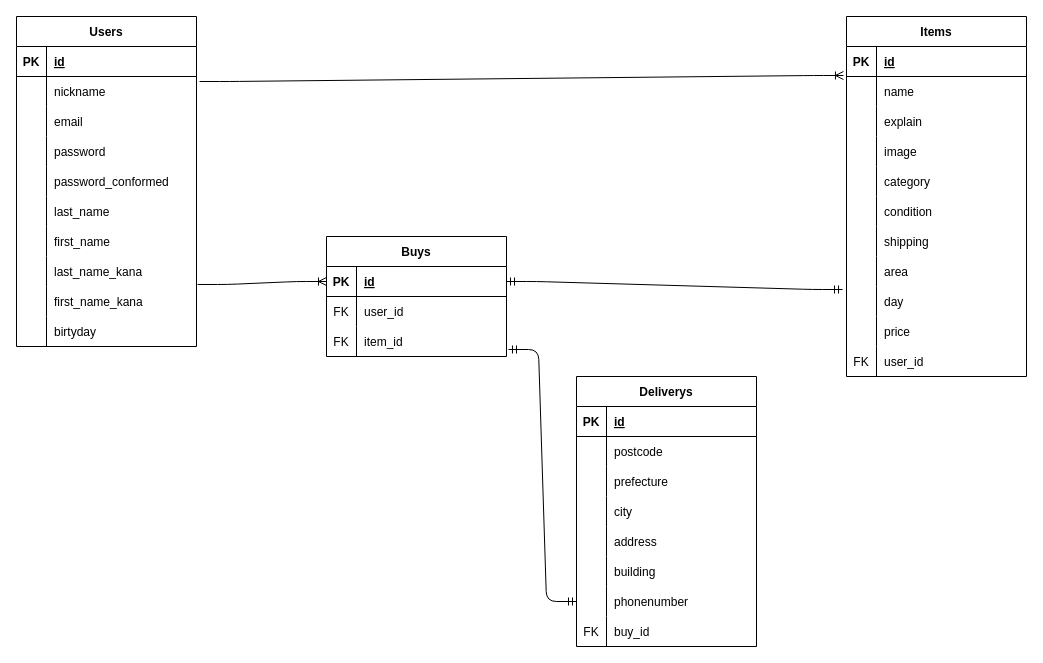
Above: database.dio in tdoaftl/furima-41905 (draw.io), before the change. Source tidied: cells renumbered, new cells numbered last; positions are measured from the earlier drawing's top-left corner, leaving out a move shared by most shapes. Both pictures are drawn from the tidied source at 100%, with x=0, y=0 at pixel (16, 16).
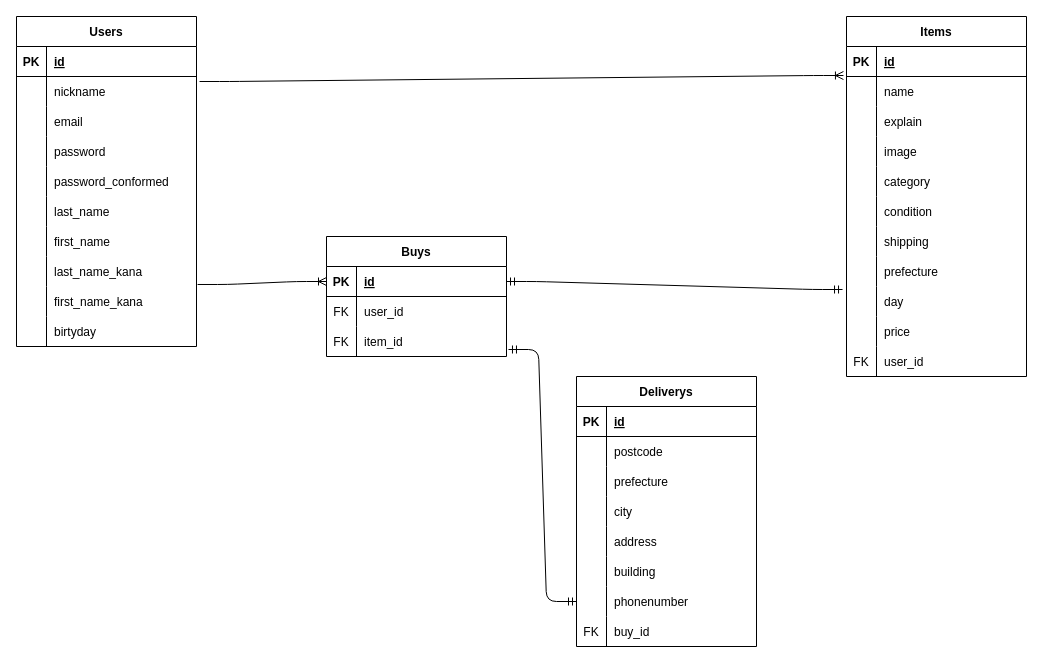
After the change.

Unchanged cells that the change refers to:
```xml
<mxCell id="80" style="shape=tableRow;horizontal=0;startSize=0;swimlaneHead=0;swimlaneBody=0;fillColor=none;top=0;left=0;right=0;bottom=0;labelBorderColor=none;strokeColor=default;strokeWidth=1;" parent="58" vertex="1">
  <mxGeometry y="240" width="180" height="30" as="geometry" />
</mxCell>
```

What changed in the source:
```diff
@@
-    <mxCell id="82" value="area" style="shape=partialRectangle;fillColor=none;top=0;left=0;bottom=0;right=0;align=left;spacingLeft=6;overflow=hidden;labelBorderColor=none;strokeColor=default;strokeWidth=1;" parent="80" vertex="1">
+    <mxCell id="82" value="prefecture" style="shape=partialRectangle;fillColor=none;top=0;left=0;bottom=0;right=0;align=left;spacingLeft=6;overflow=hidden;labelBorderColor=none;strokeColor=default;strokeWidth=1;" parent="80" vertex="1">
       <mxGeometry x="30" width="150" height="30" as="geometry" />
     </mxCell>
```
